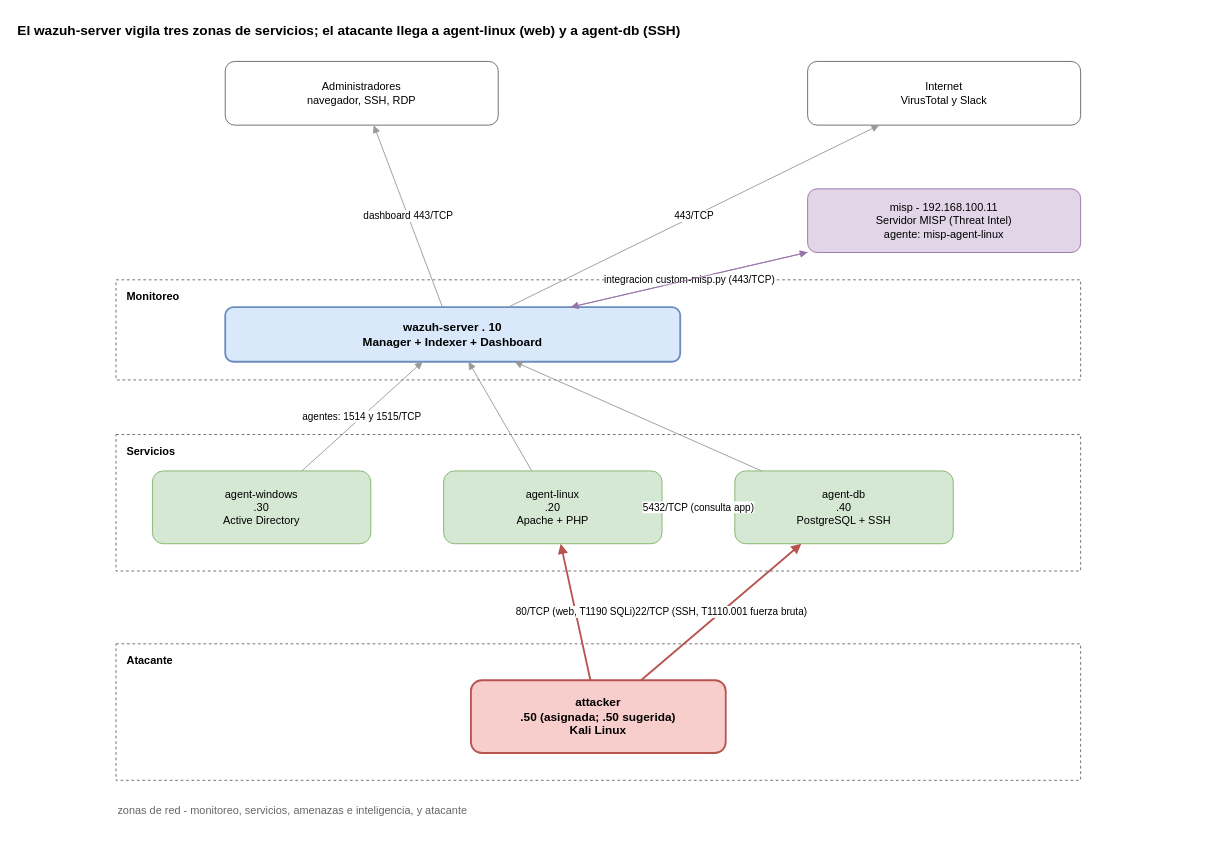
Earlier version of the draw.io diagram diagramas/02_zonas_servicio.drawio (KendallSN/Proyecto-Final-Seguridad_Informatica). Source tidied: cells renumbered, new cells numbered last; positions are measured from the earlier drawing's top-left corner, leaving out a move shared by most shapes. Both pictures are drawn from the tidied source at 91%, with x=0, y=0 at pixel (15, 15).
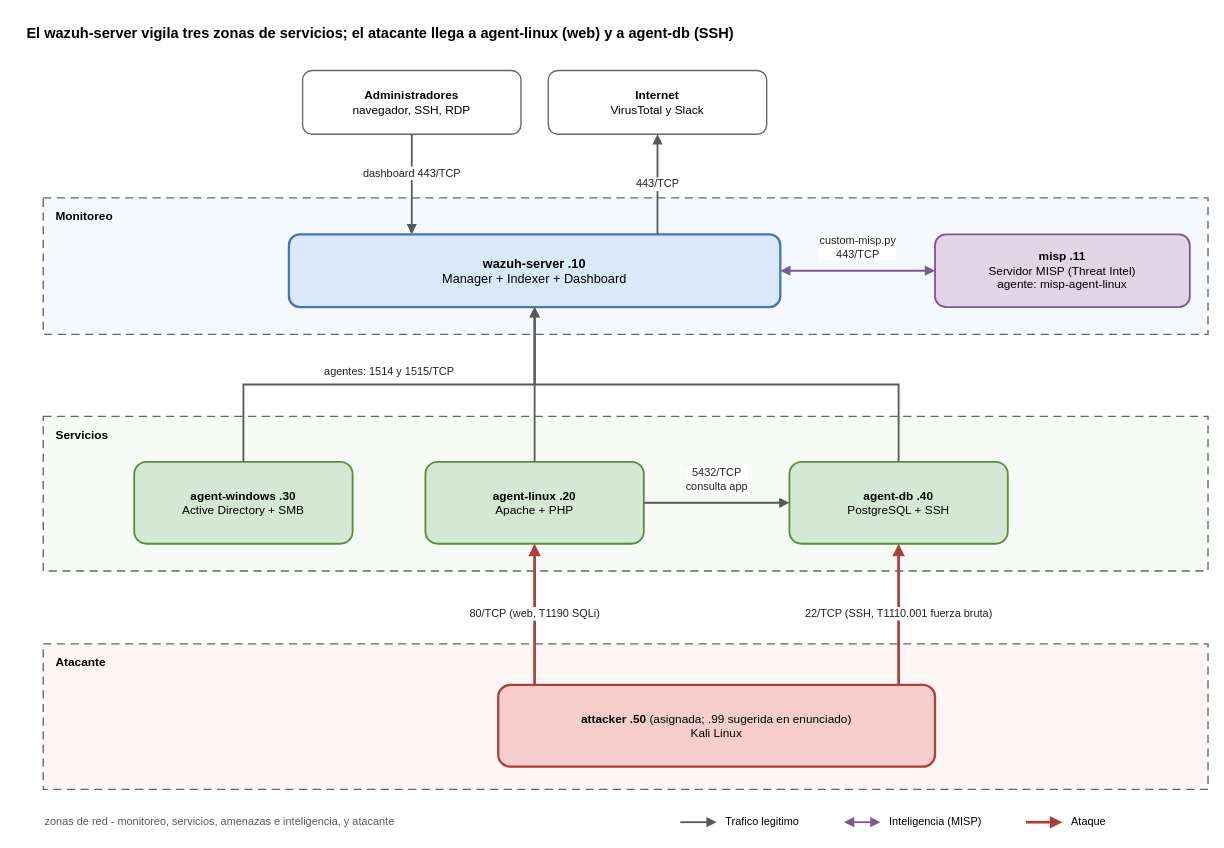
Above is the later version.

Commit message (it also covers changes not shown here):
chore: restaurar versiones con PNG de los diagramas

Diff of the diagram source:
```diff
@@
-    <mxCell id="2" value="El wazuh-server vigila tres zonas de servicios; el atacante llega a agent-linux (web) y a agent-db (SSH)" style="text;html=1;align=left;fontStyle=1;fontSize=15;" parent="1" vertex="1">
-      <mxGeometry width="1100" height="30" as="geometry" />
+    <mxCell id="2" value="El wazuh-server vigila tres zonas de servicios; el atacante llega a agent-linux (web) y a agent-db (SSH)" style="text;html=1;align=left;verticalAlign=middle;fontStyle=1;fontSize=16;" parent="1" vertex="1">
+      <mxGeometry x="10" y="4" width="1300" height="30" as="geometry" />
     </mxCell>
+    <mxCell id="6" value="Monitoreo" style="rounded=0;dashed=1;dashPattern=6 4;whiteSpace=wrap;html=1;strokeColor=#666666;strokeWidth=1.5;fillColor=#f5f9ff;verticalAlign=top;align=left;spacingLeft=12;spacingTop=6;fontStyle=1;fontSize=13;" parent="1" vertex="1">
+      <mxGeometry x="30" y="200" width="1280" height="150" as="geometry" />
+    </mxCell>
+    <mxCell id="8" value="Servicios" style="rounded=0;dashed=1;dashPattern=6 4;whiteSpace=wrap;html=1;strokeColor=#666666;strokeWidth=1.5;fillColor=#f6fbf5;verticalAlign=top;align=left;spacingLeft=12;spacingTop=6;fontStyle=1;fontSize=13;" parent="1" vertex="1">
+      <mxGeometry x="30" y="440" width="1280" height="170" as="geometry" />
+    </mxCell>
+    <mxCell id="12" value="Atacante" style="rounded=0;dashed=1;dashPattern=6 4;whiteSpace=wrap;html=1;strokeColor=#666666;strokeWidth=1.5;fillColor=#fdf6f5;verticalAlign=top;align=left;spacingLeft=12;spacingTop=6;fontStyle=1;fontSize=13;" parent="1" vertex="1">
+      <mxGeometry x="30" y="690" width="1280" height="160" as="geometry" />
+    </mxCell>
-    <mxCell id="3" value="Administradores&#10;navegador, SSH, RDP" style="rounded=1;whiteSpace=wrap;html=1;fillColor=#ffffff;strokeColor=#666666;fontSize=12;" parent="1" vertex="1">
-      <mxGeometry x="230" y="50" width="300" height="70" as="geometry" />
+    <mxCell id="3" value="&lt;b&gt;Administradores&lt;/b&gt;&lt;br&gt;navegador, SSH, RDP" style="rounded=1;whiteSpace=wrap;html=1;fillColor=#ffffff;strokeColor=#666666;strokeWidth=1.5;fontSize=13;" parent="1" vertex="1">
+      <mxGeometry x="315" y="60" width="240" height="70" as="geometry" />
     </mxCell>
-    <mxCell id="4" value="Internet&#10;VirusTotal y Slack" style="rounded=1;whiteSpace=wrap;html=1;fillColor=#ffffff;strokeColor=#666666;fontSize=12;" parent="1" vertex="1">
-      <mxGeometry x="870" y="50" width="300" height="70" as="geometry" />
+    <mxCell id="4" value="&lt;b&gt;Internet&lt;/b&gt;&lt;br&gt;VirusTotal y Slack" style="rounded=1;whiteSpace=wrap;html=1;fillColor=#ffffff;strokeColor=#666666;strokeWidth=1.5;fontSize=13;" parent="1" vertex="1">
+      <mxGeometry x="585" y="60" width="240" height="70" as="geometry" />
     </mxCell>
+    <mxCell id="7" value="&lt;b&gt;wazuh-server .10&lt;/b&gt;&lt;br&gt;Manager + Indexer + Dashboard" style="rounded=1;whiteSpace=wrap;html=1;fillColor=#dae8fc;strokeColor=#4A74B0;strokeWidth=2.5;fontSize=14;" parent="1" vertex="1">
+      <mxGeometry x="300" y="240" width="540" height="80" as="geometry" />
+    </mxCell>
-    <mxCell id="5" value="misp - 192.168.100.11&#10;Servidor MISP (Threat Intel)&#10;agente: misp-agent-linux" style="rounded=1;whiteSpace=wrap;html=1;fillColor=#e1d5e7;strokeColor=#9673a6;fontSize=12;" parent="1" vertex="1">
-      <mxGeometry x="870" y="190" width="300" height="70" as="geometry" />
+    <mxCell id="5" value="&lt;b&gt;misp .11&lt;/b&gt;&lt;br&gt;Servidor MISP (Threat Intel)&lt;br&gt;agente: misp-agent-linux" style="rounded=1;whiteSpace=wrap;html=1;fillColor=#e1d5e7;strokeColor=#7B5A8E;strokeWidth=2;fontSize=13;" parent="1" vertex="1">
+      <mxGeometry x="1010" y="240" width="280" height="80" as="geometry" />
     </mxCell>
-    <mxCell id="6" value="Monitoreo" style="rounded=0;dashed=1;whiteSpace=wrap;html=1;strokeColor=#666666;fillColor=none;verticalAlign=top;align=left;spacingLeft=10;spacingTop=5;fontStyle=1;" parent="1" vertex="1">
-      <mxGeometry x="110" y="290" width="1060" height="110" as="geometry" />
-    </mxCell>
-    <mxCell id="7" value="wazuh-server . 10&#10;Manager + Indexer + Dashboard" style="rounded=1;whiteSpace=wrap;html=1;fillColor=#dae8fc;strokeColor=#6c8ebf;strokeWidth=2;fontSize=13;fontStyle=1;" parent="1" vertex="1">
-      <mxGeometry x="230" y="320" width="500" height="60" as="geometry" />
-    </mxCell>
-    <mxCell id="8" value="Servicios" style="rounded=0;dashed=1;whiteSpace=wrap;html=1;strokeColor=#666666;fillColor=none;verticalAlign=top;align=left;spacingLeft=10;spacingTop=5;fontStyle=1;" parent="1" vertex="1">
-      <mxGeometry x="110" y="460" width="1060" height="150" as="geometry" />
-    </mxCell>
-    <mxCell id="9" value="agent-windows&#10;.30&#10;Active Directory" style="rounded=1;whiteSpace=wrap;html=1;fillColor=#d5e8d4;strokeColor=#82b366;fontSize=12;" parent="1" vertex="1">
-      <mxGeometry x="150" y="500" width="240" height="80" as="geometry" />
+    <mxCell id="9" value="&lt;b&gt;agent-windows .30&lt;/b&gt;&lt;br&gt;Active Directory + SMB" style="rounded=1;whiteSpace=wrap;html=1;fillColor=#d5e8d4;strokeColor=#5B8C3E;strokeWidth=2;fontSize=13;" parent="1" vertex="1">
+      <mxGeometry x="130" y="490" width="240" height="90" as="geometry" />
     </mxCell>
-    <mxCell id="10" value="agent-linux&#10;.20&#10;Apache + PHP" style="rounded=1;whiteSpace=wrap;html=1;fillColor=#d5e8d4;strokeColor=#82b366;fontSize=12;" parent="1" vertex="1">
-      <mxGeometry x="470" y="500" width="240" height="80" as="geometry" />
+    <mxCell id="10" value="&lt;b&gt;agent-linux .20&lt;/b&gt;&lt;br&gt;Apache + PHP" style="rounded=1;whiteSpace=wrap;html=1;fillColor=#d5e8d4;strokeColor=#5B8C3E;strokeWidth=2;fontSize=13;" parent="1" vertex="1">
+      <mxGeometry x="450" y="490" width="240" height="90" as="geometry" />
     </mxCell>
-    <mxCell id="11" value="agent-db&#10;.40&#10;PostgreSQL + SSH" style="rounded=1;whiteSpace=wrap;html=1;fillColor=#d5e8d4;strokeColor=#82b366;fontSize=12;" parent="1" vertex="1">
-      <mxGeometry x="790" y="500" width="240" height="80" as="geometry" />
+    <mxCell id="11" value="&lt;b&gt;agent-db .40&lt;/b&gt;&lt;br&gt;PostgreSQL + SSH" style="rounded=1;whiteSpace=wrap;html=1;fillColor=#d5e8d4;strokeColor=#5B8C3E;strokeWidth=2;fontSize=13;" parent="1" vertex="1">
+      <mxGeometry x="850" y="490" width="240" height="90" as="geometry" />
     </mxCell>
-    <mxCell id="12" value="Atacante" style="rounded=0;dashed=1;whiteSpace=wrap;html=1;strokeColor=#666666;fillColor=none;verticalAlign=top;align=left;spacingLeft=10;spacingTop=5;fontStyle=1;" parent="1" vertex="1">
-      <mxGeometry x="110" y="690" width="1060" height="150" as="geometry" />
-    </mxCell>
-    <mxCell id="13" value="attacker&#10;.50 (asignada; .50 sugerida)&#10;Kali Linux" style="rounded=1;whiteSpace=wrap;html=1;fillColor=#f8cecc;strokeColor=#b85450;strokeWidth=2;fontSize=13;fontStyle=1;" parent="1" vertex="1">
-      <mxGeometry x="500" y="730" width="280" height="80" as="geometry" />
+    <mxCell id="13" value="&lt;b&gt;attacker .50&lt;/b&gt; (asignada; .99 sugerida en enunciado)&lt;br&gt;Kali Linux" style="rounded=1;whiteSpace=wrap;html=1;fillColor=#f8cecc;strokeColor=#A8423E;strokeWidth=2.5;fontSize=13;" parent="1" vertex="1">
+      <mxGeometry x="530" y="735" width="480" height="90" as="geometry" />
     </mxCell>
-    <mxCell id="14" value="dashboard 443/TCP" style="html=1;endArrow=block;startArrow=none;strokeColor=#999999;" parent="1" edge="1" source="7" target="3">
-      <mxGeometry relative="1" as="geometry" />
+    <mxCell id="14" value="dashboard 443/TCP" style="edgeStyle=none;html=1;rounded=0;endArrow=block;endFill=1;strokeColor=#595959;strokeWidth=2;exitX=0.5;exitY=1;exitDx=0;exitDy=0;entryX=0.25;entryY=0;entryDx=0;entryDy=0;fontSize=12;fontColor=#222222;labelBackgroundColor=#ffffff;" parent="1" edge="1" source="3" target="7">
+      <mxGeometry relative="1" as="geometry">
+        <mxPoint y="-12" as="offset" />
+      </mxGeometry>
     </mxCell>
-    <mxCell id="15" value="443/TCP" style="html=1;endArrow=block;startArrow=none;strokeColor=#999999;" parent="1" edge="1" source="7" target="4">
+    <mxCell id="15" value="443/TCP" style="edgeStyle=none;html=1;rounded=0;endArrow=block;endFill=1;strokeColor=#595959;strokeWidth=2;exitX=0.75;exitY=0;exitDx=0;exitDy=0;entryX=0.5;entryY=1;entryDx=0;entryDy=0;fontSize=12;fontColor=#222222;labelBackgroundColor=#ffffff;" parent="1" edge="1" source="7" target="4">
       <mxGeometry relative="1" as="geometry" />
     </mxCell>
-    <mxCell id="16" value="integracion custom-misp.py (443/TCP)" style="html=1;endArrow=block;startArrow=none;strokeColor=#9673A6;" parent="1" edge="1" source="7" target="5">
-      <mxGeometry relative="1" as="geometry" />
+    <mxCell id="16" value="custom-misp.py&lt;br&gt;443/TCP" style="edgeStyle=none;html=1;rounded=0;startArrow=block;startFill=1;endArrow=block;endFill=1;strokeColor=#7B5A8E;strokeWidth=2;exitX=1;exitY=0.5;exitDx=0;exitDy=0;entryX=0;entryY=0.5;entryDx=0;entryDy=0;fontSize=12;fontColor=#222222;labelBackgroundColor=#ffffff;" parent="1" edge="1" source="7" target="5">
+      <mxGeometry relative="1" as="geometry">
+        <mxPoint y="-26" as="offset" />
+      </mxGeometry>
     </mxCell>
-    <mxCell id="17" value="agentes: 1514 y 1515/TCP" style="html=1;endArrow=block;startArrow=none;strokeColor=#999999;" parent="1" edge="1" source="9" target="7">
-      <mxGeometry relative="1" as="geometry" />
+    <mxCell id="17" value="agentes: 1514 y 1515/TCP" style="edgeStyle=none;html=1;rounded=0;endArrow=block;endFill=1;strokeColor=#595959;strokeWidth=2;exitX=0.5;exitY=0;exitDx=0;exitDy=0;entryX=0.5;entryY=1;entryDx=0;entryDy=0;fontSize=12;fontColor=#222222;labelBackgroundColor=#ffffff;" parent="1" edge="1" source="9" target="7">
+      <mxGeometry relative="1" as="geometry">
+        <Array as="points">
+          <mxPoint x="250" y="405" />
+          <mxPoint x="570" y="405" />
+        </Array>
+        <mxPoint y="-14" as="offset" />
+      </mxGeometry>
     </mxCell>
-    <mxCell id="18" style="html=1;endArrow=block;startArrow=none;strokeColor=#999999;" parent="1" edge="1" source="10" target="7">
+    <mxCell id="18" style="edgeStyle=none;html=1;rounded=0;endArrow=block;endFill=1;strokeColor=#595959;strokeWidth=2;exitX=0.5;exitY=0;exitDx=0;exitDy=0;entryX=0.5;entryY=1;entryDx=0;entryDy=0;" parent="1" edge="1" source="10" target="7">
       <mxGeometry relative="1" as="geometry" />
     </mxCell>
-    <mxCell id="19" style="html=1;endArrow=block;startArrow=none;strokeColor=#999999;" parent="1" edge="1" source="11" target="7">
-      <mxGeometry relative="1" as="geometry" />
+    <mxCell id="19" style="edgeStyle=none;html=1;rounded=0;endArrow=block;endFill=1;strokeColor=#595959;strokeWidth=2;exitX=0.5;exitY=0;exitDx=0;exitDy=0;entryX=0.5;entryY=1;entryDx=0;entryDy=0;" parent="1" edge="1" source="11" target="7">
+      <mxGeometry relative="1" as="geometry">
+        <Array as="points">
+          <mxPoint x="970" y="405" />
+          <mxPoint x="570" y="405" />
+        </Array>
+      </mxGeometry>
     </mxCell>
-    <mxCell id="20" style="html=1;endArrow=block;startArrow=none;strokeColor=#9673A6;" parent="1" edge="1" source="5" target="7">
-      <mxGeometry relative="1" as="geometry" />
-    </mxCell>
-    <mxCell id="21" value="5432/TCP (consulta app)" style="html=1;endArrow=block;startArrow=none;strokeColor=#999999;" parent="1" edge="1" source="10" target="11">
-      <mxGeometry relative="1" as="geometry" />
+    <mxCell id="21" value="5432/TCP&lt;br&gt;consulta app" style="edgeStyle=none;html=1;rounded=0;endArrow=block;endFill=1;strokeColor=#595959;strokeWidth=2;exitX=1;exitY=0.5;exitDx=0;exitDy=0;entryX=0;entryY=0.5;entryDx=0;entryDy=0;fontSize=12;fontColor=#222222;labelBackgroundColor=#ffffff;" parent="1" edge="1" source="10" target="11">
+      <mxGeometry relative="1" as="geometry">
+        <mxPoint y="-26" as="offset" />
+      </mxGeometry>
     </mxCell>
-    <mxCell id="22" value="80/TCP (web, T1190 SQLi)" style="html=1;endArrow=block;startArrow=none;strokeColor=#B85450;strokeWidth=2;" parent="1" edge="1" source="13" target="10">
+    <mxCell id="22" value="80/TCP (web, T1190 SQLi)" style="edgeStyle=none;html=1;rounded=0;endArrow=block;endFill=1;strokeColor=#A8423E;strokeWidth=3;exitX=0.0833;exitY=0;exitDx=0;exitDy=0;entryX=0.5;entryY=1;entryDx=0;entryDy=0;fontSize=12;fontColor=#222222;labelBackgroundColor=#ffffff;" parent="1" edge="1" source="13" target="10">
       <mxGeometry relative="1" as="geometry" />
     </mxCell>
-    <mxCell id="23" value="22/TCP (SSH, T1110.001 fuerza bruta)" style="html=1;endArrow=block;startArrow=none;strokeColor=#B85450;strokeWidth=2;" parent="1" edge="1" source="13" target="11">
+    <mxCell id="23" value="22/TCP (SSH, T1110.001 fuerza bruta)" style="edgeStyle=none;html=1;rounded=0;endArrow=block;endFill=1;strokeColor=#A8423E;strokeWidth=3;exitX=0.9167;exitY=0;exitDx=0;exitDy=0;entryX=0.5;entryY=1;entryDx=0;entryDy=0;fontSize=12;fontColor=#222222;labelBackgroundColor=#ffffff;" parent="1" edge="1" source="13" target="11">
       <mxGeometry relative="1" as="geometry" />
     </mxCell>
+    <mxCell id="25" style="html=1;endArrow=block;endFill=1;strokeColor=#595959;strokeWidth=2;" parent="1" edge="1">
+      <mxGeometry relative="1" as="geometry">
+        <mxPoint x="730" y="886" as="sourcePoint" />
+        <mxPoint x="770" y="886" as="targetPoint" />
+      </mxGeometry>
+    </mxCell>
+    <mxCell id="26" value="Trafico legitimo" style="text;html=1;align=left;verticalAlign=middle;fontSize=12;" parent="1" vertex="1">
+      <mxGeometry x="778" y="874" width="110" height="24" as="geometry" />
+    </mxCell>
+    <mxCell id="27" style="html=1;endArrow=block;endFill=1;startArrow=block;startFill=1;strokeColor=#7B5A8E;strokeWidth=2;" parent="1" edge="1">
+      <mxGeometry relative="1" as="geometry">
+        <mxPoint x="910" y="886" as="sourcePoint" />
+        <mxPoint x="950" y="886" as="targetPoint" />
+      </mxGeometry>
+    </mxCell>
+    <mxCell id="28" value="Inteligencia (MISP)" style="text;html=1;align=left;verticalAlign=middle;fontSize=12;" parent="1" vertex="1">
+      <mxGeometry x="958" y="874" width="130" height="24" as="geometry" />
+    </mxCell>
+    <mxCell id="29" style="html=1;endArrow=block;endFill=1;strokeColor=#A8423E;strokeWidth=3;" parent="1" edge="1">
+      <mxGeometry relative="1" as="geometry">
+        <mxPoint x="1110" y="886" as="sourcePoint" />
+        <mxPoint x="1150" y="886" as="targetPoint" />
+      </mxGeometry>
+    </mxCell>
+    <mxCell id="30" value="Ataque" style="text;html=1;align=left;verticalAlign=middle;fontSize=12;" parent="1" vertex="1">
+      <mxGeometry x="1158" y="874" width="80" height="24" as="geometry" />
+    </mxCell>
-    <mxCell id="24" value="zonas de red - monitoreo, servicios, amenazas e inteligencia, y atacante" style="text;html=1;align=left;fontSize=12;fontColor=#666666;" parent="1" vertex="1">
-      <mxGeometry x="110" y="860" width="700" height="30" as="geometry" />
+    <mxCell id="24" value="zonas de red - monitoreo, servicios, amenazas e inteligencia, y atacante" style="text;html=1;align=left;verticalAlign=middle;fontSize=12;fontColor=#595959;" parent="1" vertex="1">
+      <mxGeometry x="30" y="874" width="600" height="24" as="geometry" />
     </mxCell>
```
